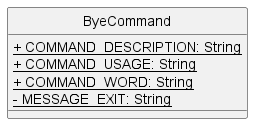
Earlier version of the PlantUML export docs/images/ByeCommandClass.png (nus-cs2113-AY2223S1/tp).
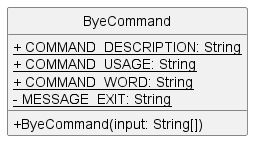
The same file after the commit.

What changed in the source:
```diff
@@ -7,6 +7,8 @@
     <u>+ COMMAND_USAGE: String
     <u>+ COMMAND_WORD: String
     <u>- MESSAGE_EXIT: String
+
+    + ByeCommand(input: String[])
 }
 
 @enduml
```
